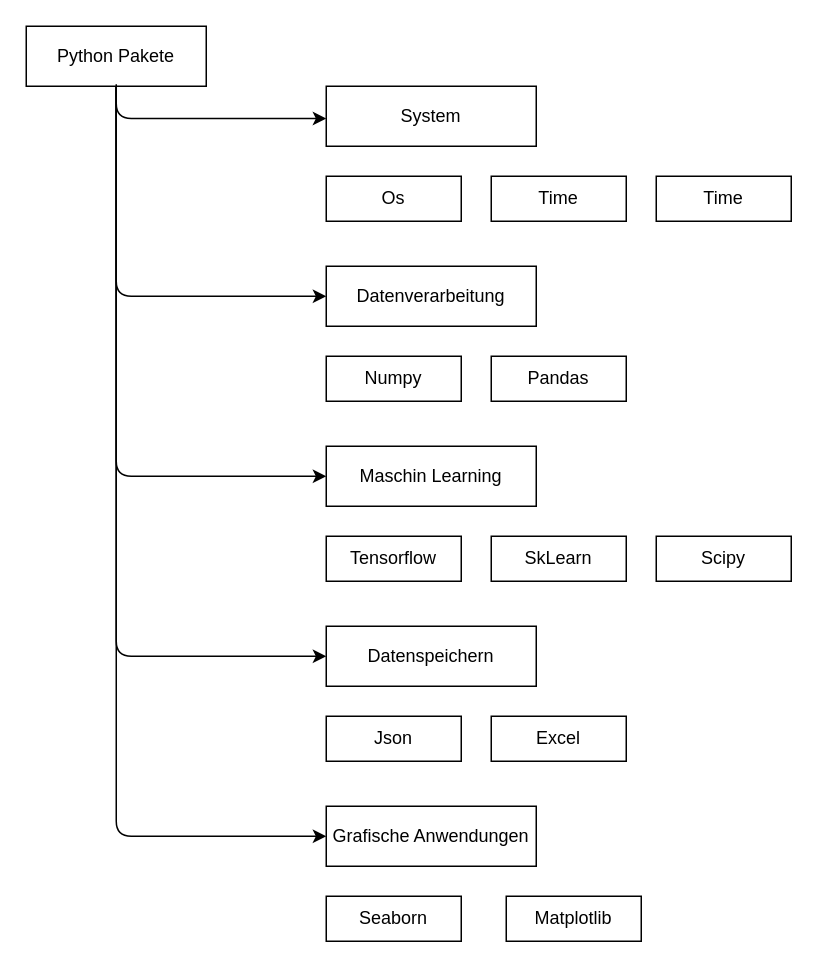
Before: doku/sonstige/Python_pakete.drawio in OgLocGreen/Genetic_Algorithm, a draw.io diagram. Source tidied: cells renumbered, new cells numbered last; positions are measured from the earlier drawing's top-left corner, leaving out a move shared by most shapes. Both pictures are drawn from the tidied source at 150%, with x=0, y=0 at pixel (26, 26).
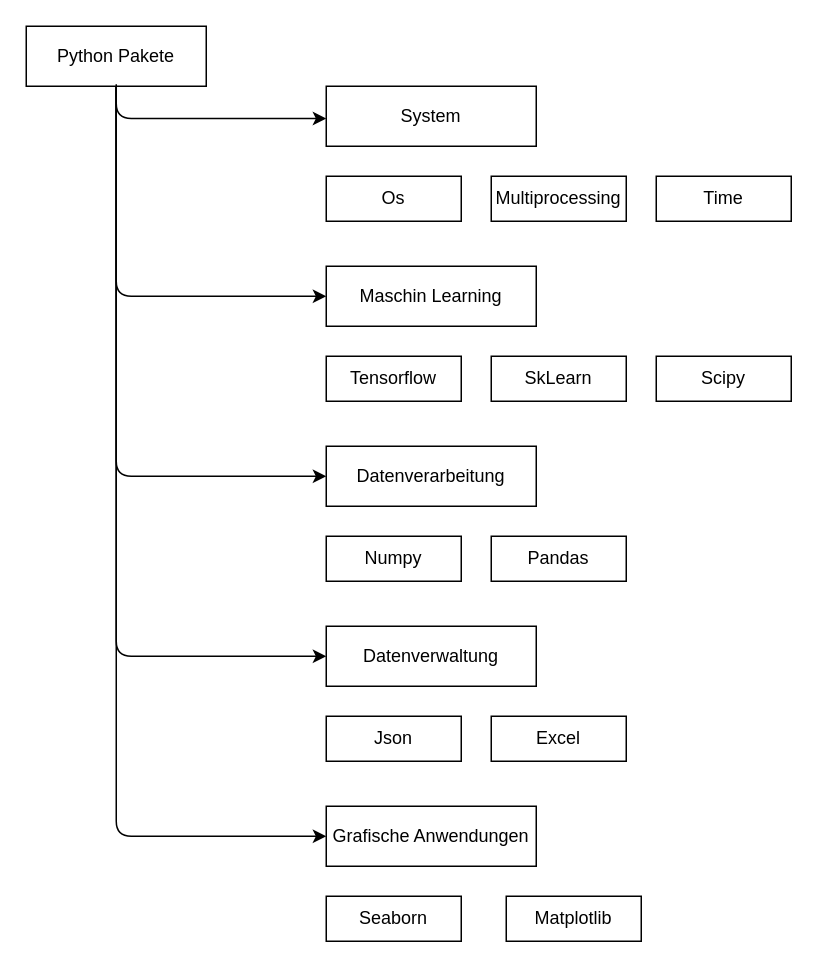
The same page after the edit.

Diff of the diagram source:
```diff
@@
     <mxCell id="2" value="Datenverarbeitung" style="rounded=0;whiteSpace=wrap;html=1;" parent="1" vertex="1">
-      <mxGeometry x="200" y="160" width="140" height="40" as="geometry" />
+      <mxGeometry x="200" y="280" width="140" height="40" as="geometry" />
     </mxCell>
@@
-    <mxCell id="4" value="Datenspeichern" style="rounded=0;whiteSpace=wrap;html=1;" parent="1" vertex="1">
+    <mxCell id="4" value="Datenverwaltung" style="rounded=0;whiteSpace=wrap;html=1;" parent="1" vertex="1">
       <mxGeometry x="200" y="400" width="140" height="40" as="geometry" />
     </mxCell>
     <mxCell id="5" value="Maschin Learning" style="rounded=0;whiteSpace=wrap;html=1;" parent="1" vertex="1">
-      <mxGeometry x="200" y="280" width="140" height="40" as="geometry" />
+      <mxGeometry x="200" y="160" width="140" height="40" as="geometry" />
     </mxCell>
@@
-    <mxCell id="8" value="Time" style="rounded=0;whiteSpace=wrap;html=1;" parent="1" vertex="1">
+    <mxCell id="8" value="Multiprocessing" style="rounded=0;whiteSpace=wrap;html=1;" parent="1" vertex="1">
       <mxGeometry x="310" y="100" width="90" height="30" as="geometry" />
     </mxCell>
@@
     <mxCell id="10" value="Numpy" style="rounded=0;whiteSpace=wrap;html=1;" parent="1" vertex="1">
-      <mxGeometry x="200" y="220" width="90" height="30" as="geometry" />
+      <mxGeometry x="200" y="340" width="90" height="30" as="geometry" />
     </mxCell>
     <mxCell id="11" value="Pandas" style="rounded=0;whiteSpace=wrap;html=1;" parent="1" vertex="1">
-      <mxGeometry x="310" y="220" width="90" height="30" as="geometry" />
+      <mxGeometry x="310" y="340" width="90" height="30" as="geometry" />
     </mxCell>
     <mxCell id="12" value="Tensorflow" style="rounded=0;whiteSpace=wrap;html=1;" parent="1" vertex="1">
-      <mxGeometry x="200" y="340" width="90" height="30" as="geometry" />
+      <mxGeometry x="200" y="220" width="90" height="30" as="geometry" />
     </mxCell>
     <mxCell id="13" value="SkLearn" style="rounded=0;whiteSpace=wrap;html=1;" parent="1" vertex="1">
-      <mxGeometry x="310" y="340" width="90" height="30" as="geometry" />
+      <mxGeometry x="310" y="220" width="90" height="30" as="geometry" />
     </mxCell>
     <mxCell id="14" value="Scipy" style="rounded=0;whiteSpace=wrap;html=1;" parent="1" vertex="1">
-      <mxGeometry x="420" y="340" width="90" height="30" as="geometry" />
+      <mxGeometry x="420" y="220" width="90" height="30" as="geometry" />
     </mxCell>
@@
     <mxCell id="18" style="endArrow=classic;html=1;entryX=0;entryY=0.5;entryDx=0;entryDy=0;" parent="1" edge="1" target="5">
       <mxGeometry relative="1" as="geometry">
         <mxPoint x="60" y="40" as="sourcePoint" />
         <Array as="points">
-          <mxPoint x="60" y="300" />
+          <mxPoint x="60" y="180" />
         </Array>
       </mxGeometry>
     </mxCell>
     <mxCell id="19" style="endArrow=classic;html=1;entryX=0;entryY=0.5;entryDx=0;entryDy=0;" parent="1" edge="1" target="2">
       <mxGeometry relative="1" as="geometry">
         <mxPoint x="60" y="38.6" as="sourcePoint" />
         <Array as="points">
-          <mxPoint x="60" y="180" />
+          <mxPoint x="60" y="300" />
         </Array>
       </mxGeometry>
     </mxCell>
```
